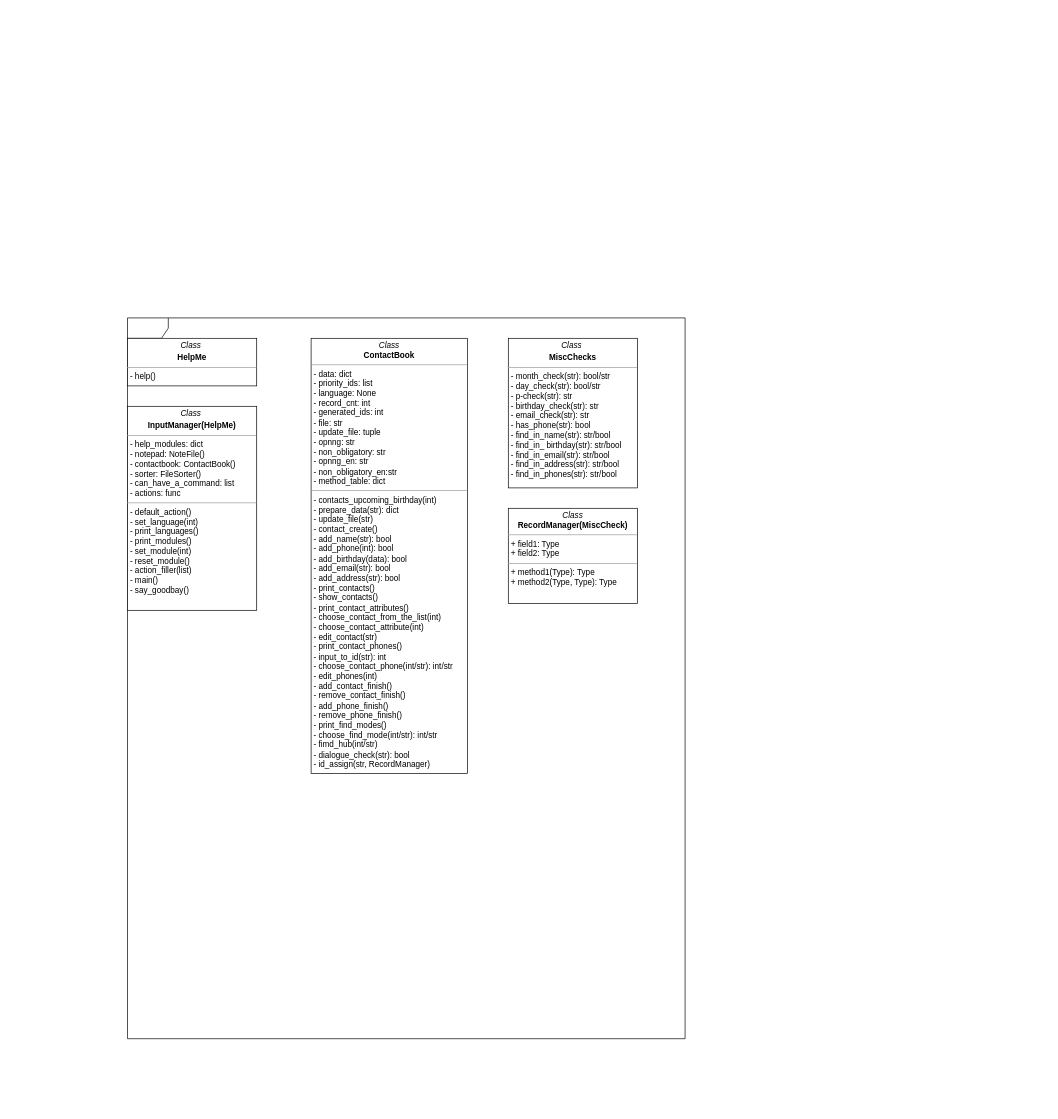
Before: page "Страница — 2" (2 of 2) of Диаграмма без названия.drawio in TkachukKateryna/Project_CC, a draw.io diagram. Source tidied: cells renumbered, new cells numbered last; positions are measured from the earlier drawing's top-left corner, leaving out a move shared by most shapes. Both pictures are drawn from the tidied source at 68%, with x=0, y=0 at pixel (127, 318).
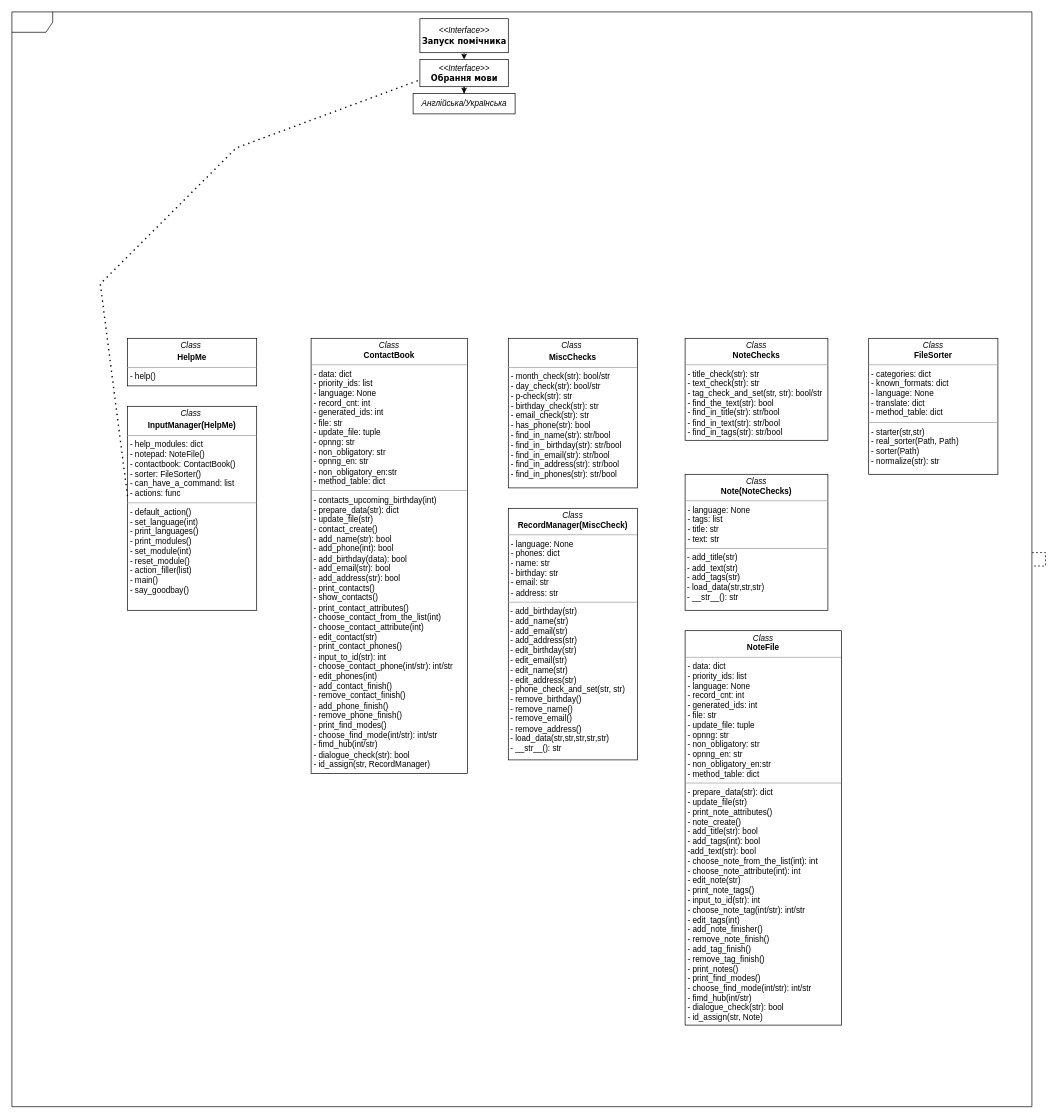
The same diagram, later.

Unchanged cells that the change refers to:
```xml
<mxCell id="4" value="&lt;p style=&quot;border-color: var(--border-color); margin: 4px 0px 0px; text-align: center;&quot;&gt;&lt;i style=&quot;border-color: var(--border-color);&quot;&gt;Class&amp;nbsp;&lt;/i&gt;&lt;/p&gt;&lt;p style=&quot;border-color: var(--border-color); margin: 4px 0px 0px; text-align: center;&quot;&gt;&lt;span style=&quot;border-color: var(--border-color);&quot;&gt;&lt;b&gt;InputManager(HelpMe)&lt;/b&gt;&lt;/span&gt;&lt;/p&gt;&lt;hr size=&quot;1&quot;&gt;&lt;p style=&quot;margin:0px;margin-left:4px;&quot;&gt;- help_modules: dict&lt;/p&gt;&lt;p style=&quot;margin:0px;margin-left:4px;&quot;&gt;- notepad: NoteFile()&lt;/p&gt;&lt;p style=&quot;margin:0px;margin-left:4px;&quot;&gt;- contactbook: ContactBook()&lt;/p&gt;&lt;p style=&quot;margin:0px;margin-left:4px;&quot;&gt;- sorter: FileSorter()&lt;/p&gt;&lt;p style=&quot;margin:0px;margin-left:4px;&quot;&gt;- can_have_a_command: list&lt;/p&gt;&lt;p style=&quot;margin:0px;margin-left:4px;&quot;&gt;- actions: func&lt;br&gt;&lt;/p&gt;&lt;hr size=&quot;1&quot;&gt;&lt;p style=&quot;border-color: var(--border-color); margin: 4px 0px 0px; text-align: center;&quot;&gt;&lt;/p&gt;&lt;p style=&quot;border-color: var(--border-color); margin: 0px 0px 0px 4px;&quot;&gt;&lt;/p&gt;&lt;p style=&quot;border-color: var(--border-color); margin: 0px 0px 0px 4px;&quot;&gt;&lt;span style=&quot;background-color: initial;&quot;&gt;- default_action()&lt;/span&gt;&lt;br&gt;&lt;/p&gt;&lt;p style=&quot;border-color: var(--border-color); margin: 0px 0px 0px 4px;&quot;&gt;- set_language(int)&lt;/p&gt;&lt;p style=&quot;border-color: var(--border-color); margin: 0px 0px 0px 4px;&quot;&gt;- print_languages()&amp;nbsp;&lt;/p&gt;&lt;p style=&quot;border-color: var(--border-color); margin: 0px 0px 0px 4px;&quot;&gt;- print_modules()&lt;/p&gt;&lt;p style=&quot;border-color: var(--border-color); margin: 0px 0px 0px 4px;&quot;&gt;- set_module(int)&lt;/p&gt;&lt;p style=&quot;border-color: var(--border-color); margin: 0px 0px 0px 4px;&quot;&gt;- reset_module()&lt;/p&gt;&lt;p style=&quot;border-color: var(--border-color); margin: 0px 0px 0px 4px;&quot;&gt;- action_filler(list)&lt;/p&gt;&lt;p style=&quot;border-color: var(--border-color); margin: 0px 0px 0px 4px;&quot;&gt;- main()&lt;/p&gt;&lt;p style=&quot;border-color: var(--border-color); margin: 0px 0px 0px 4px;&quot;&gt;- say_goodbay()&lt;/p&gt;&lt;p style=&quot;border-color: var(--border-color); margin: 0px 0px 0px 4px;&quot;&gt;&lt;br style=&quot;border-color: var(--border-color);&quot;&gt;&lt;/p&gt;" style="verticalAlign=top;align=left;overflow=fill;fontSize=12;fontFamily=Helvetica;html=1;rounded=0;shadow=0;comic=0;labelBackgroundColor=none;strokeWidth=1;" parent="1" vertex="1">
  <mxGeometry y="130" width="190" height="300" as="geometry" />
</mxCell>
```

Change to the diagram source:
```diff
@@
     <mxCell id="2" style="shape=umlFrame;whiteSpace=wrap;html=1;rounded=0;shadow=0;comic=0;labelBackgroundColor=none;strokeWidth=1;fontFamily=Verdana;fontSize=10;align=center;" parent="1" vertex="1">
-      <mxGeometry width="820" height="1060" as="geometry" />
+      <mxGeometry x="-170" y="-450" width="1500" height="1610" as="geometry" />
     </mxCell>
@@
-    <mxCell id="7" value="&lt;p style=&quot;margin:0px;margin-top:4px;text-align:center;&quot;&gt;&lt;i&gt;Class&lt;/i&gt;&lt;br&gt;&lt;b&gt;RecordManager(MiscCheck)&lt;/b&gt;&lt;/p&gt;&lt;hr size=&quot;1&quot;&gt;&lt;p style=&quot;margin:0px;margin-left:4px;&quot;&gt;+ field1: Type&lt;br&gt;+ field2: Type&lt;/p&gt;&lt;hr size=&quot;1&quot;&gt;&lt;p style=&quot;margin:0px;margin-left:4px;&quot;&gt;+ method1(Type): Type&lt;br&gt;+ method2(Type, Type): Type&lt;/p&gt;" style="verticalAlign=top;align=left;overflow=fill;fontSize=12;fontFamily=Helvetica;html=1;rounded=0;shadow=0;comic=0;labelBackgroundColor=none;strokeWidth=1;" parent="1" vertex="1">
-      <mxGeometry x="560" y="280" width="190" height="140" as="geometry" />
+    <mxCell id="7" value="&lt;p style=&quot;margin:0px;margin-top:4px;text-align:center;&quot;&gt;&lt;i&gt;Class&lt;/i&gt;&lt;br&gt;&lt;b&gt;RecordManager(MiscCheck)&lt;/b&gt;&lt;/p&gt;&lt;hr size=&quot;1&quot;&gt;&lt;p style=&quot;margin:0px;margin-left:4px;&quot;&gt;- language: None&lt;/p&gt;&lt;p style=&quot;margin:0px;margin-left:4px;&quot;&gt;- phones: dict&lt;/p&gt;&lt;p style=&quot;margin:0px;margin-left:4px;&quot;&gt;- name: str&lt;/p&gt;&lt;p style=&quot;margin:0px;margin-left:4px;&quot;&gt;- birthday: str&lt;/p&gt;&lt;p style=&quot;margin:0px;margin-left:4px;&quot;&gt;- email: str&lt;/p&gt;&lt;p style=&quot;margin:0px;margin-left:4px;&quot;&gt;- address: str&lt;/p&gt;&lt;hr size=&quot;1&quot;&gt;&amp;nbsp;- add_birthday(str)&lt;br&gt;&amp;nbsp;- add_name(str)&lt;br&gt;&amp;nbsp;- add_email(str)&lt;br&gt;&amp;nbsp;- add_address(str)&lt;br&gt;&amp;nbsp;- edit_birthday(str)&lt;br&gt;&amp;nbsp;- edit_email(str)&lt;br&gt;&amp;nbsp;- edit_name(str)&lt;br&gt;&amp;nbsp;- edit_address(str)&lt;br&gt;&amp;nbsp;- phone_check_and_set(str, str)&lt;br&gt;&amp;nbsp;- remove_birthday()&lt;br&gt;&amp;nbsp;- remove_name()&lt;br&gt;&amp;nbsp;- remove_email()&lt;br&gt;&amp;nbsp;- remove_address()&lt;br&gt;&amp;nbsp;- load_data(str,str,str,str,str)&lt;br&gt;&amp;nbsp;- __str__(): str&lt;br&gt;&lt;p style=&quot;margin:0px;margin-left:4px;&quot;&gt;&lt;br&gt;&lt;/p&gt;" style="verticalAlign=top;align=left;overflow=fill;fontSize=12;fontFamily=Helvetica;html=1;rounded=0;shadow=0;comic=0;labelBackgroundColor=none;strokeWidth=1;" parent="1" vertex="1">
+      <mxGeometry x="560" y="280" width="190" height="370" as="geometry" />
     </mxCell>
+    <mxCell id="8" value="&lt;p style=&quot;margin:0px;margin-top:4px;text-align:center;&quot;&gt;&lt;i&gt;Class&lt;/i&gt;&lt;br&gt;&lt;b&gt;NoteChecks&lt;/b&gt;&lt;/p&gt;&lt;hr size=&quot;1&quot;&gt;&lt;p style=&quot;margin:0px;margin-left:4px;&quot;&gt;&lt;/p&gt;&lt;p style=&quot;margin:0px;margin-left:4px;&quot;&gt;- title_check(str): str&lt;/p&gt;&lt;p style=&quot;margin:0px;margin-left:4px;&quot;&gt;- text_check(str): str&lt;/p&gt;&lt;p style=&quot;margin:0px;margin-left:4px;&quot;&gt;- tag_check_and_set(str, str): bool/str&lt;/p&gt;&lt;p style=&quot;margin:0px;margin-left:4px;&quot;&gt;- find_the_text(str): bool&lt;/p&gt;&lt;p style=&quot;margin:0px;margin-left:4px;&quot;&gt;- find_in_title(str): str/bool&lt;/p&gt;&lt;p style=&quot;margin:0px;margin-left:4px;&quot;&gt;- find_in_text(str): str/bool&lt;/p&gt;&lt;p style=&quot;margin:0px;margin-left:4px;&quot;&gt;- find_in_tags(str): str/bool&lt;/p&gt;&lt;p style=&quot;margin:0px;margin-left:4px;&quot;&gt;&lt;br&gt;&lt;/p&gt;" style="verticalAlign=top;align=left;overflow=fill;fontSize=12;fontFamily=Helvetica;html=1;rounded=0;shadow=0;comic=0;labelBackgroundColor=none;strokeWidth=1;" parent="1" vertex="1">
+      <mxGeometry x="820" y="30" width="210" height="150" as="geometry" />
+    </mxCell>
+    <mxCell id="9" value="&lt;p style=&quot;margin:0px;margin-top:4px;text-align:center;&quot;&gt;&lt;i&gt;Class&lt;/i&gt;&lt;br&gt;&lt;b&gt;Note(NoteChecks)&lt;/b&gt;&lt;/p&gt;&lt;hr size=&quot;1&quot;&gt;&lt;p style=&quot;margin:0px;margin-left:4px;&quot;&gt;- language: None&lt;/p&gt;&lt;p style=&quot;margin:0px;margin-left:4px;&quot;&gt;- tags: list&lt;/p&gt;&lt;p style=&quot;margin:0px;margin-left:4px;&quot;&gt;- title: str&lt;/p&gt;&lt;p style=&quot;margin:0px;margin-left:4px;&quot;&gt;- text: str&lt;/p&gt;&lt;hr size=&quot;1&quot;&gt;&amp;nbsp;- add_title(str)&lt;br&gt;&amp;nbsp;- add_text(str)&lt;br&gt;&amp;nbsp;- add_tags(str)&lt;br&gt;&amp;nbsp;- load_data(str,str,str)&lt;br&gt;&amp;nbsp;- __str__(): str&lt;br&gt;&amp;nbsp;" style="verticalAlign=top;align=left;overflow=fill;fontSize=12;fontFamily=Helvetica;html=1;rounded=0;shadow=0;comic=0;labelBackgroundColor=none;strokeWidth=1;" parent="1" vertex="1">
+      <mxGeometry x="820" y="230" width="210" height="200" as="geometry" />
+    </mxCell>
+    <mxCell id="10" value="&lt;p style=&quot;margin:0px;margin-top:4px;text-align:center;&quot;&gt;&lt;i&gt;Class&lt;/i&gt;&lt;br&gt;&lt;b&gt;NoteFile&lt;/b&gt;&lt;/p&gt;&lt;hr size=&quot;1&quot;&gt;&lt;p style=&quot;margin:0px;margin-left:4px;&quot;&gt;- data: dict&lt;/p&gt;&lt;p style=&quot;margin:0px;margin-left:4px;&quot;&gt;- priority_ids: list&lt;/p&gt;&lt;p style=&quot;margin:0px;margin-left:4px;&quot;&gt;- language: None&lt;/p&gt;&lt;p style=&quot;margin:0px;margin-left:4px;&quot;&gt;- record_cnt: int&lt;/p&gt;&lt;p style=&quot;margin:0px;margin-left:4px;&quot;&gt;- generated_ids: int&lt;/p&gt;&lt;p style=&quot;margin:0px;margin-left:4px;&quot;&gt;- file: str&lt;/p&gt;&lt;p style=&quot;margin:0px;margin-left:4px;&quot;&gt;- update_file: tuple&lt;/p&gt;&lt;p style=&quot;margin:0px;margin-left:4px;&quot;&gt;- opnng: str&lt;/p&gt;&lt;p style=&quot;margin:0px;margin-left:4px;&quot;&gt;- non_obligatory: str&lt;/p&gt;&lt;p style=&quot;margin:0px;margin-left:4px;&quot;&gt;- opnng_en: str&lt;/p&gt;&lt;p style=&quot;margin:0px;margin-left:4px;&quot;&gt;- non_obligatory_en:str&lt;/p&gt;&lt;p style=&quot;margin:0px;margin-left:4px;&quot;&gt;- method_table: dict&lt;/p&gt;&lt;hr size=&quot;1&quot;&gt;&lt;p style=&quot;margin:0px;margin-left:4px;&quot;&gt;- prepare_data&lt;span style=&quot;background-color: initial;&quot;&gt;(str): dict&lt;/span&gt;&lt;/p&gt;&lt;p style=&quot;margin:0px;margin-left:4px;&quot;&gt;&lt;span style=&quot;background-color: initial;&quot;&gt;-&amp;nbsp;&lt;/span&gt;update_file(str)&lt;/p&gt;&lt;p style=&quot;margin:0px;margin-left:4px;&quot;&gt;- print_note_attributes()&lt;/p&gt;&lt;p style=&quot;margin:0px;margin-left:4px;&quot;&gt;- note_create()&lt;/p&gt;&lt;p style=&quot;margin:0px;margin-left:4px;&quot;&gt;- add_title(str): bool&lt;/p&gt;&lt;p style=&quot;margin:0px;margin-left:4px;&quot;&gt;- add_tags(int): bool&lt;/p&gt;&lt;p style=&quot;margin:0px;margin-left:4px;&quot;&gt;-add_text(str): bool&lt;/p&gt;&lt;p style=&quot;margin:0px;margin-left:4px;&quot;&gt;- choose_note_from_the_list(int): int&lt;/p&gt;&lt;p style=&quot;margin:0px;margin-left:4px;&quot;&gt;- choose_note_attribute(int): int&lt;/p&gt;&lt;p style=&quot;margin:0px;margin-left:4px;&quot;&gt;- edit_note(str)&lt;br&gt;&lt;/p&gt;&lt;p style=&quot;margin:0px;margin-left:4px;&quot;&gt;- print_note_tags()&lt;/p&gt;&lt;p style=&quot;margin:0px;margin-left:4px;&quot;&gt;- input_to_id(str): int&lt;/p&gt;&lt;p style=&quot;margin:0px;margin-left:4px;&quot;&gt;- choose_note_tag(int/str): int/str&lt;/p&gt;&lt;p style=&quot;margin:0px;margin-left:4px;&quot;&gt;- edit_tags(int)&lt;/p&gt;&lt;p style=&quot;margin:0px;margin-left:4px;&quot;&gt;- add_note_finisher()&lt;/p&gt;&lt;p style=&quot;margin:0px;margin-left:4px;&quot;&gt;- remove_note_finish()&lt;/p&gt;&lt;p style=&quot;margin:0px;margin-left:4px;&quot;&gt;- add_tag_finish()&lt;/p&gt;&lt;p style=&quot;margin:0px;margin-left:4px;&quot;&gt;- remove_tag_finish()&lt;/p&gt;&lt;p style=&quot;margin:0px;margin-left:4px;&quot;&gt;- print_notes()&lt;/p&gt;&lt;p style=&quot;margin:0px;margin-left:4px;&quot;&gt;- print_find_modes()&lt;/p&gt;&lt;p style=&quot;margin:0px;margin-left:4px;&quot;&gt;- choose_find_mode(int/str): int/str&lt;/p&gt;&lt;p style=&quot;margin:0px;margin-left:4px;&quot;&gt;- fimd_hub(int/str)&lt;/p&gt;&lt;p style=&quot;margin:0px;margin-left:4px;&quot;&gt;- dialogue_check(str): bool&lt;/p&gt;&lt;p style=&quot;margin:0px;margin-left:4px;&quot;&gt;- id_assign(str, Note)&lt;/p&gt;&lt;p style=&quot;margin:0px;margin-left:4px;&quot;&gt;&lt;br&gt;&lt;/p&gt;&lt;p style=&quot;margin:0px;margin-left:4px;&quot;&gt;&lt;br&gt;&lt;/p&gt;" style="verticalAlign=top;align=left;overflow=fill;fontSize=12;fontFamily=Helvetica;html=1;rounded=0;shadow=0;comic=0;labelBackgroundColor=none;strokeWidth=1;" parent="1" vertex="1">
+      <mxGeometry x="820" y="460" width="230" height="580" as="geometry" />
+    </mxCell>
+    <mxCell id="11" value="&lt;p style=&quot;margin:0px;margin-top:4px;text-align:center;&quot;&gt;&lt;i&gt;Class&lt;/i&gt;&lt;br&gt;&lt;b&gt;FileSorter&lt;/b&gt;&lt;/p&gt;&lt;hr size=&quot;1&quot;&gt;&lt;p style=&quot;margin:0px;margin-left:4px;&quot;&gt;- categories: dict&lt;/p&gt;&lt;p style=&quot;margin:0px;margin-left:4px;&quot;&gt;- known_formats: dict&lt;/p&gt;&lt;p style=&quot;margin:0px;margin-left:4px;&quot;&gt;- language: None&lt;/p&gt;&lt;p style=&quot;margin:0px;margin-left:4px;&quot;&gt;- translate: dict&lt;/p&gt;&lt;p style=&quot;margin:0px;margin-left:4px;&quot;&gt;- method_table: dict&lt;/p&gt;&lt;hr size=&quot;1&quot;&gt;&lt;p style=&quot;margin:0px;margin-left:4px;&quot;&gt;- starter(str,str)&lt;/p&gt;&lt;p style=&quot;margin:0px;margin-left:4px;&quot;&gt;- real_sorter(Path, Path)&lt;/p&gt;&lt;p style=&quot;margin:0px;margin-left:4px;&quot;&gt;- sorter(Path)&lt;/p&gt;&lt;p style=&quot;margin:0px;margin-left:4px;&quot;&gt;- normalize(str): str&lt;/p&gt;&lt;p style=&quot;margin:0px;margin-left:4px;&quot;&gt;&lt;br&gt;&lt;/p&gt;" style="verticalAlign=top;align=left;overflow=fill;fontSize=12;fontFamily=Helvetica;html=1;rounded=0;shadow=0;comic=0;labelBackgroundColor=none;strokeWidth=1;" parent="1" vertex="1">
+      <mxGeometry x="1090" y="30" width="190" height="200" as="geometry" />
+    </mxCell>
+    <mxCell id="12" value="&lt;i style=&quot;border-color: var(--border-color); font-family: Helvetica; font-size: 12px;&quot;&gt;&amp;lt;&amp;lt;Interface&amp;gt;&amp;gt;&lt;br&gt;&lt;/i&gt;&lt;b style=&quot;font-size: 12px;&quot;&gt;Запуск помічника&lt;/b&gt;" style="html=1;rounded=0;shadow=0;comic=0;labelBackgroundColor=none;strokeWidth=1;fontFamily=Verdana;fontSize=10;align=center;" parent="1" vertex="1">
+      <mxGeometry x="430" y="-440" width="130" height="50" as="geometry" />
+    </mxCell>
+    <mxCell id="13" style="endArrow=classic;html=1;rounded=0;exitX=0.5;exitY=1;exitDx=0;exitDy=0;entryX=0.5;entryY=0;entryDx=0;entryDy=0;" parent="1" edge="1" source="12" target="15">
+      <mxGeometry relative="1" as="geometry" />
+    </mxCell>
+    <mxCell id="14" style="edgeStyle=orthogonalEdgeStyle;rounded=0;jettySize=auto;html=1;" parent="1" edge="1" source="15" target="17">
+      <mxGeometry relative="1" as="geometry" />
+    </mxCell>
+    <mxCell id="15" value="&lt;i style=&quot;border-color: var(--border-color); font-family: Helvetica; font-size: 12px;&quot;&gt;&amp;lt;&amp;lt;Interface&amp;gt;&amp;gt;&lt;br&gt;&lt;/i&gt;&lt;b style=&quot;font-size: 12px;&quot;&gt;Обрання мови&lt;/b&gt;" style="html=1;rounded=0;shadow=0;comic=0;labelBackgroundColor=none;strokeWidth=1;fontFamily=Verdana;fontSize=10;align=center;" parent="1" vertex="1">
+      <mxGeometry x="430" y="-380" width="130" height="40" as="geometry" />
+    </mxCell>
+    <mxCell id="16" style="endArrow=none;dashed=1;html=1;rounded=0;" parent="1" edge="1" source="2" target="2">
+      <mxGeometry relative="1" as="geometry" />
+    </mxCell>
+    <mxCell id="17" value="&lt;i style=&quot;border-color: var(--border-color); font-family: Helvetica; font-size: 12px;&quot;&gt;Англійська/Українська&lt;/i&gt;" style="html=1;rounded=0;shadow=0;comic=0;labelBackgroundColor=none;strokeWidth=1;fontFamily=Verdana;fontSize=10;align=center;" parent="1" vertex="1">
+      <mxGeometry x="420" y="-330" width="150" height="30" as="geometry" />
+    </mxCell>
+    <mxCell id="18" style="endArrow=none;dashed=1;html=1;dashPattern=1 3;strokeWidth=2;rounded=0;entryX=0;entryY=0.75;entryDx=0;entryDy=0;exitX=0;exitY=0.44;exitDx=0;exitDy=0;exitPerimeter=0;" parent="1" edge="1" source="4" target="15">
+      <mxGeometry relative="1" as="geometry">
+        <Array as="points">
+          <mxPoint x="-40" y="-50" />
+          <mxPoint x="160" y="-250" />
+        </Array>
+      </mxGeometry>
+    </mxCell>
```
